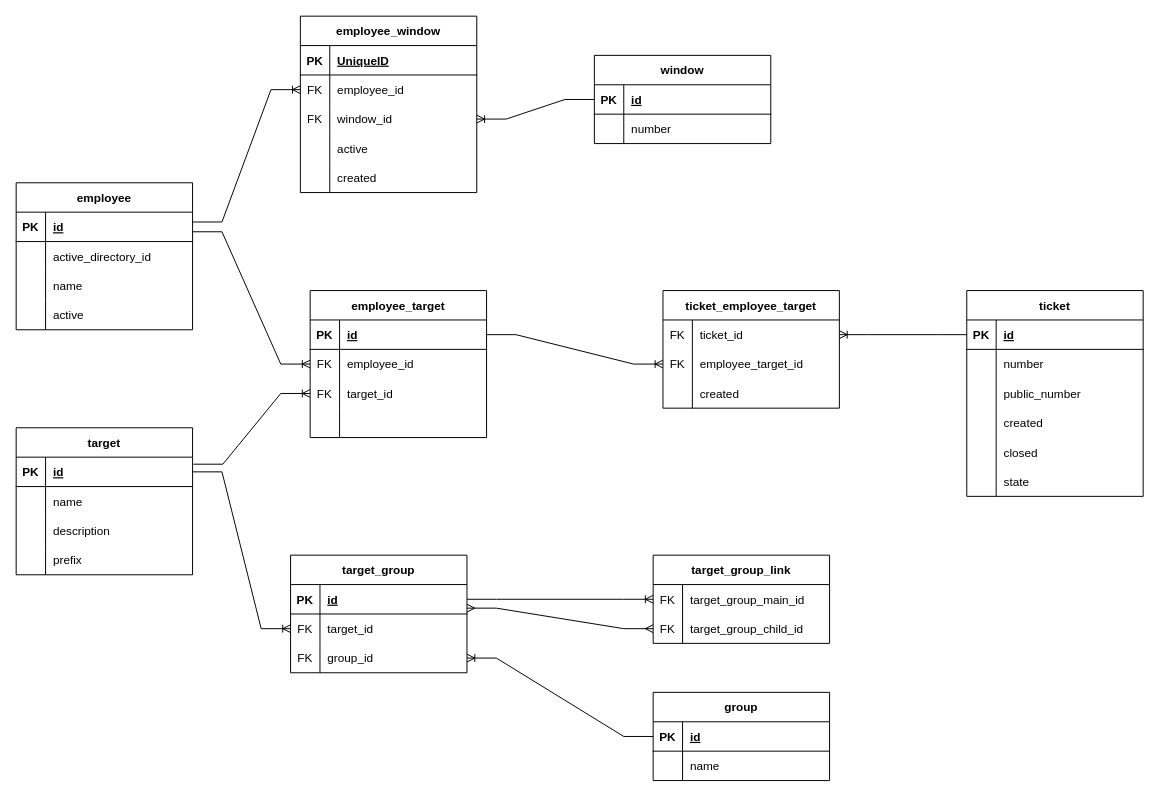
Before: articles/media/db_scheme.drawio in Gnevoborod/bbqueue, a draw.io diagram. Source tidied: cells renumbered, new cells numbered last; positions are measured from the earlier drawing's top-left corner, leaving out a move shared by most shapes. Both pictures are drawn from the tidied source at 98%, with x=0, y=0 at pixel (16, 16).
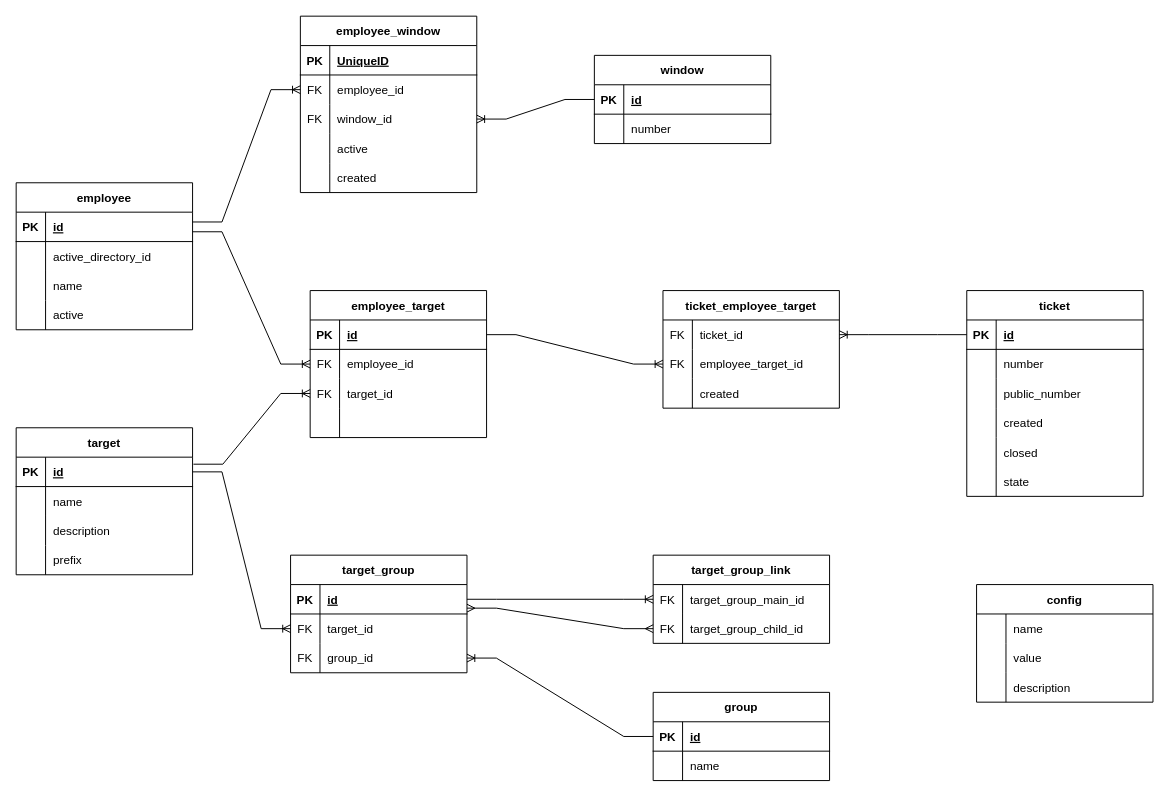
After the change.

Commit message:
добавил таблицу config в схему

What changed in the source:
```diff
@@
+    <mxCell id="127" value="config" style="shape=table;startSize=30;childLayout=tableLayout;rowLines=0;fontStyle=1;align=center;" parent="1" vertex="1">
+      <mxGeometry x="980" y="580" width="180" height="120" as="geometry" />
+    </mxCell>
+    <mxCell id="128" style="shape=tableRow;horizontal=0;startSize=0;swimlaneHead=0;swimlaneBody=0;fillColor=none;top=0;left=0;right=0;bottom=0;" parent="127" vertex="1">
+      <mxGeometry y="30" width="180" height="30" as="geometry" />
+    </mxCell>
+    <mxCell id="129" style="shape=partialRectangle;fillColor=none;top=0;left=0;bottom=0;right=0;overflow=hidden;" parent="128" vertex="1">
+      <mxGeometry width="30" height="30" as="geometry" />
+    </mxCell>
+    <mxCell id="130" value="name" style="shape=partialRectangle;fillColor=none;top=0;left=0;bottom=0;right=0;align=left;spacingLeft=6;overflow=hidden;" parent="128" vertex="1">
+      <mxGeometry x="30" width="150" height="30" as="geometry" />
+    </mxCell>
+    <mxCell id="131" style="shape=tableRow;horizontal=0;startSize=0;swimlaneHead=0;swimlaneBody=0;fillColor=none;top=0;left=0;right=0;bottom=0;" parent="127" vertex="1">
+      <mxGeometry y="60" width="180" height="30" as="geometry" />
+    </mxCell>
+    <mxCell id="132" style="shape=partialRectangle;fillColor=none;top=0;left=0;bottom=0;right=0;overflow=hidden;" parent="131" vertex="1">
+      <mxGeometry width="30" height="30" as="geometry" />
+    </mxCell>
+    <mxCell id="133" value="value" style="shape=partialRectangle;fillColor=none;top=0;left=0;bottom=0;right=0;align=left;spacingLeft=6;overflow=hidden;" parent="131" vertex="1">
+      <mxGeometry x="30" width="150" height="30" as="geometry" />
+    </mxCell>
+    <mxCell id="134" style="shape=tableRow;horizontal=0;startSize=0;swimlaneHead=0;swimlaneBody=0;fillColor=none;top=0;left=0;right=0;bottom=0;" parent="127" vertex="1">
+      <mxGeometry y="90" width="180" height="30" as="geometry" />
+    </mxCell>
+    <mxCell id="135" style="shape=partialRectangle;fillColor=none;top=0;left=0;bottom=0;right=0;overflow=hidden;" parent="134" vertex="1">
+      <mxGeometry width="30" height="30" as="geometry" />
+    </mxCell>
+    <mxCell id="136" value="description" style="shape=partialRectangle;fillColor=none;top=0;left=0;bottom=0;right=0;align=left;spacingLeft=6;overflow=hidden;" parent="134" vertex="1">
+      <mxGeometry x="30" width="150" height="30" as="geometry" />
+    </mxCell>
```
